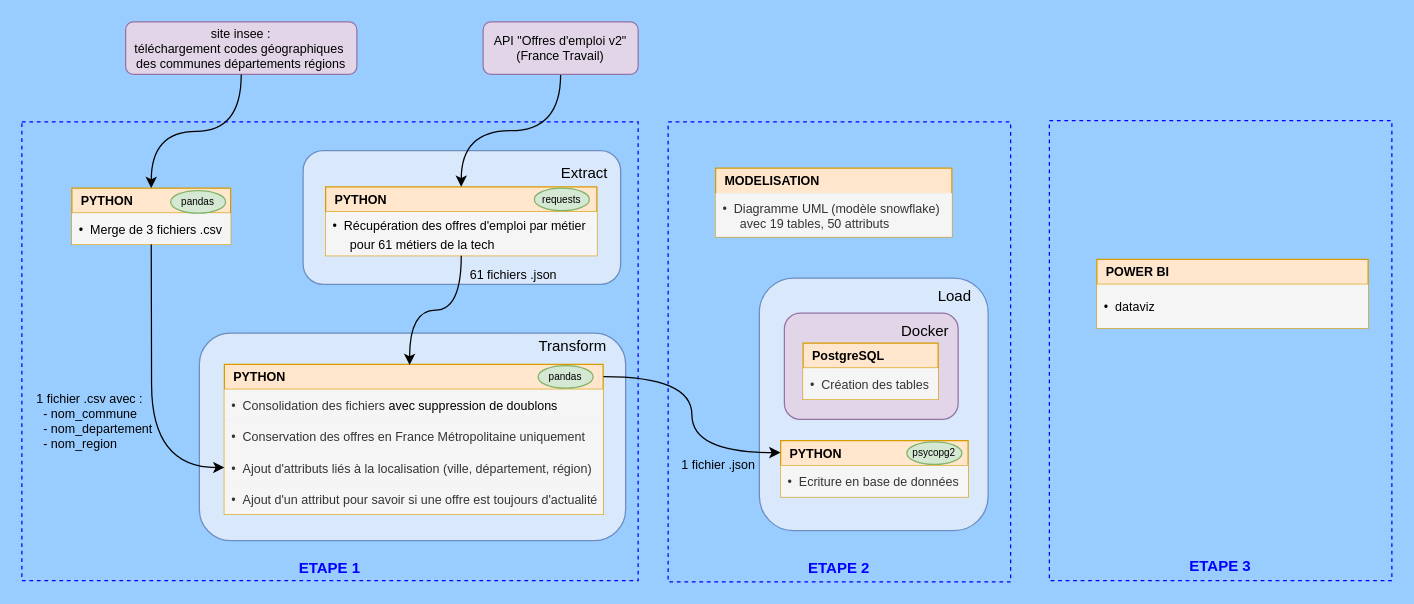
The draw.io diagram workflow.drawio in vimchun/Job-Market-in-France, before the edit. Source tidied: cells renumbered, new cells numbered last; positions are measured from the earlier drawing's top-left corner, leaving out a move shared by most shapes. Both pictures are drawn from the tidied source at 125%, with x=0, y=0 at pixel (21, 21).
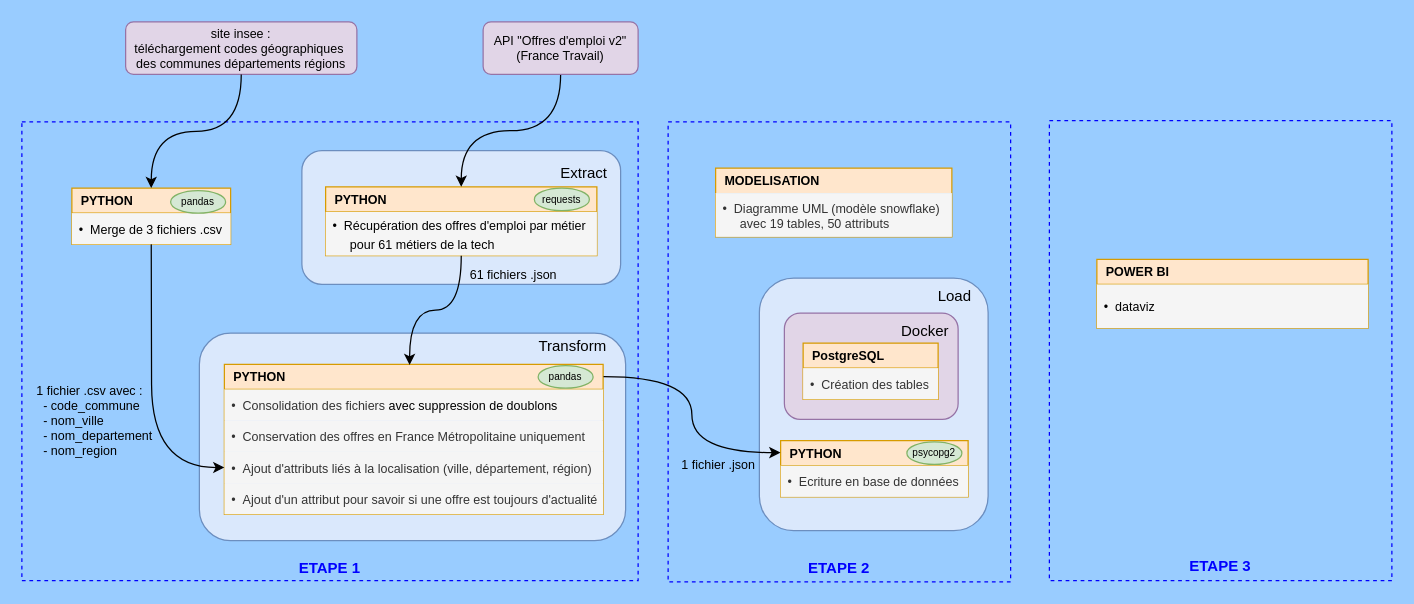
Above is the later version.

Commit message (it also covers changes not shown here):
modifications pour avoir le nom de la ville plutôt que le nom de la commune, pour avoir par exemple "Lyon" plutôt que "Lyon 1er Arrondissement" ou "Lyon 2e Arrondissement"

Change to the diagram source:
```diff
@@
     <mxCell id="7" value="&amp;nbsp; &amp;nbsp; &amp;nbsp; &amp;nbsp; &amp;nbsp; &amp;nbsp; &amp;nbsp; &amp;nbsp; &amp;nbsp; &amp;nbsp; &amp;nbsp; &amp;nbsp; &amp;nbsp; &amp;nbsp; &amp;nbsp; &amp;nbsp; &amp;nbsp; &amp;nbsp; &amp;nbsp; &amp;nbsp; &amp;nbsp; &amp;nbsp; &amp;nbsp; &amp;nbsp; &amp;nbsp; &amp;nbsp; &amp;nbsp; &amp;nbsp; &amp;nbsp; &amp;nbsp;Extract&lt;div&gt;&lt;br&gt;&lt;/div&gt;&lt;div&gt;&lt;br&gt;&lt;/div&gt;&lt;div&gt;&lt;br&gt;&lt;/div&gt;&lt;div&gt;&lt;br&gt;&lt;/div&gt;&lt;div&gt;&lt;br&gt;&lt;/div&gt;" style="rounded=1;whiteSpace=wrap;html=1;fillColor=#dae8fc;strokeColor=#6c8ebf;" parent="1" vertex="1">
-      <mxGeometry x="225" y="103" width="254" height="107" as="geometry" />
+      <mxGeometry x="224" y="103" width="255" height="107" as="geometry" />
     </mxCell>
@@
-    <mxCell id="34" value="1 fichier .csv avec :&lt;div&gt;&lt;div&gt;&amp;nbsp; - nom_commune&lt;/div&gt;&lt;div&gt;&amp;nbsp; - nom_departement&lt;/div&gt;&lt;div&gt;&amp;nbsp; - nom_region&lt;/div&gt;&lt;/div&gt;" style="text;html=1;align=left;verticalAlign=middle;whiteSpace=wrap;rounded=0;fontSize=10;" parent="1" vertex="1">
+    <mxCell id="34" value="1 fichier .csv avec :&lt;div&gt;&lt;div&gt;&amp;nbsp; - code_commune&lt;/div&gt;&lt;div&gt;&amp;nbsp; - nom_ville&lt;/div&gt;&lt;div&gt;&amp;nbsp; - nom_departement&lt;/div&gt;&lt;div&gt;&amp;nbsp; - nom_region&lt;/div&gt;&lt;/div&gt;" style="text;html=1;align=left;verticalAlign=middle;whiteSpace=wrap;rounded=0;fontSize=10;" parent="1" vertex="1">
       <mxGeometry x="10" y="290" width="100" height="58" as="geometry" />
     </mxCell>
```
